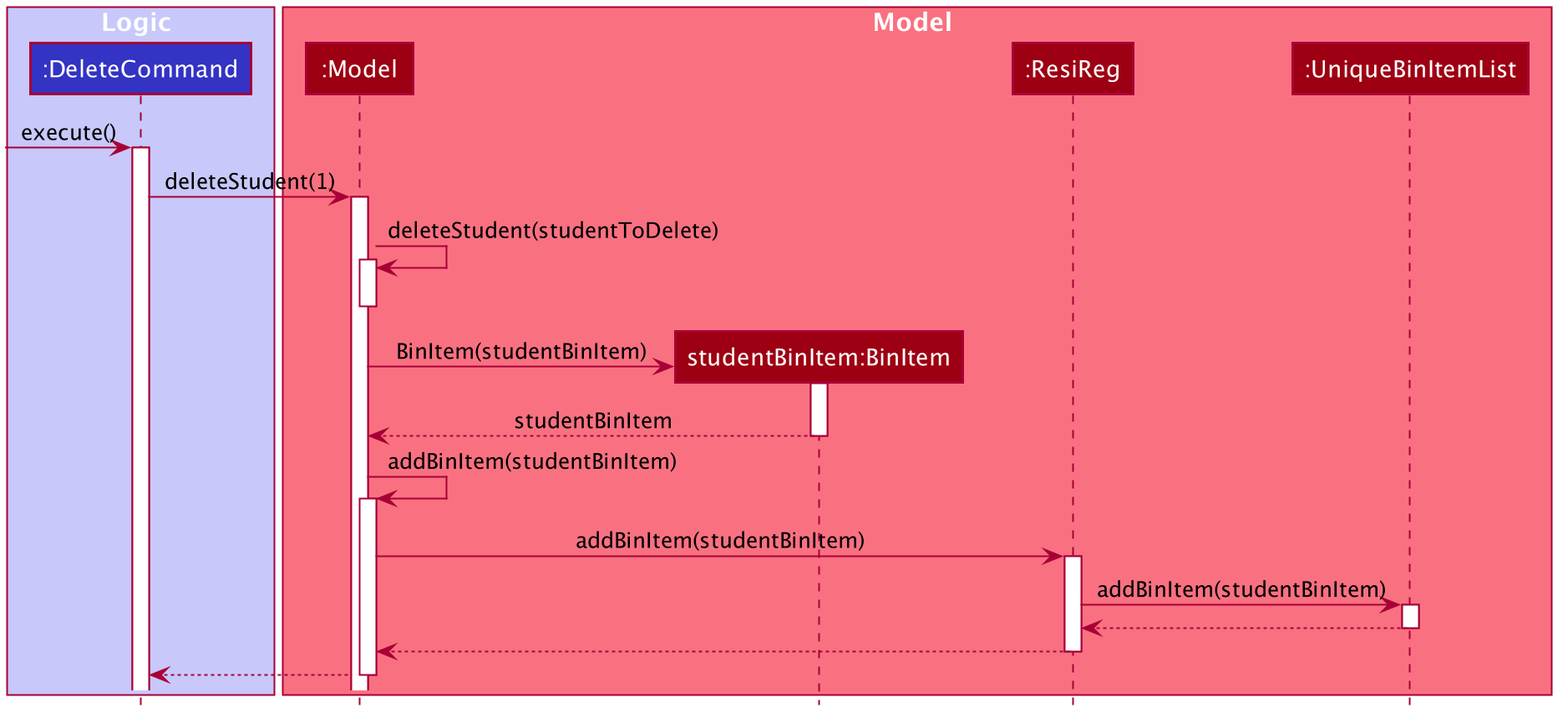
Before: docs/images/BinDeleteSequenceDiagram.png, a diagram exported from PlantUML (nus-cs2103-AY2021S1/tp). The source it was exported from:
```plantuml
@startuml








skinparam BackgroundColor #FFFFFFF

skinparam Shadowing false

skinparam Class {
    FontColor #FFFFFF
    BorderThickness 1
    BorderColor #FFFFFF
    StereotypeFontColor #FFFFFF
    FontName Arial
}

skinparam Actor {
    BorderColor #000000
    Color #000000
    FontName Arial
}

skinparam Sequence {
    MessageAlign center
    BoxFontSize 15
    BoxPadding 0
    BoxFontColor #FFFFFF
    FontName Arial
}

skinparam Participant {
    FontColor #FFFFFFF
    Padding 20
}

skinparam MinClassWidth 50
skinparam ParticipantPadding 10
skinparam Shadowing false
skinparam DefaultTextAlignment center
skinparam packageStyle Rectangle

hide footbox
hide members
hide circle

box Logic #C8C8FA
participant ":DeleteCommand" as DeleteCommand #3333C4
end box

box Model #F97181
participant ":Model" as Model #9D0012
participant "studentBinItem:BinItem" as BinItem #9D0012
participant ":ResiReg" as ResiReg #9D0012
participant ":UniqueBinItemList" as UniqueBinItemList #9D0012
end box

[-> DeleteCommand : execute()
activate DeleteCommand

DeleteCommand -> Model : deleteStudent(1)
activate Model

Model -> Model : deleteStudent(studentToDelete)
activate Model
deactivate Model

Model -> BinItem **: BinItem(studentBinItem)
activate BinItem

BinItem --> Model : studentBinItem
deactivate BinItem

Model -> Model : addBinItem(studentBinItem)
activate Model

Model -> ResiReg : addBinItem(studentBinItem)
activate ResiReg

ResiReg -> UniqueBinItemList : addBinItem(studentBinItem)
activate UniqueBinItemList

UniqueBinItemList --> ResiReg
deactivate UniqueBinItemList

ResiReg --> Model
deactivate ResiReg

Model --> DeleteCommand
deactivate Model

@enduml
```
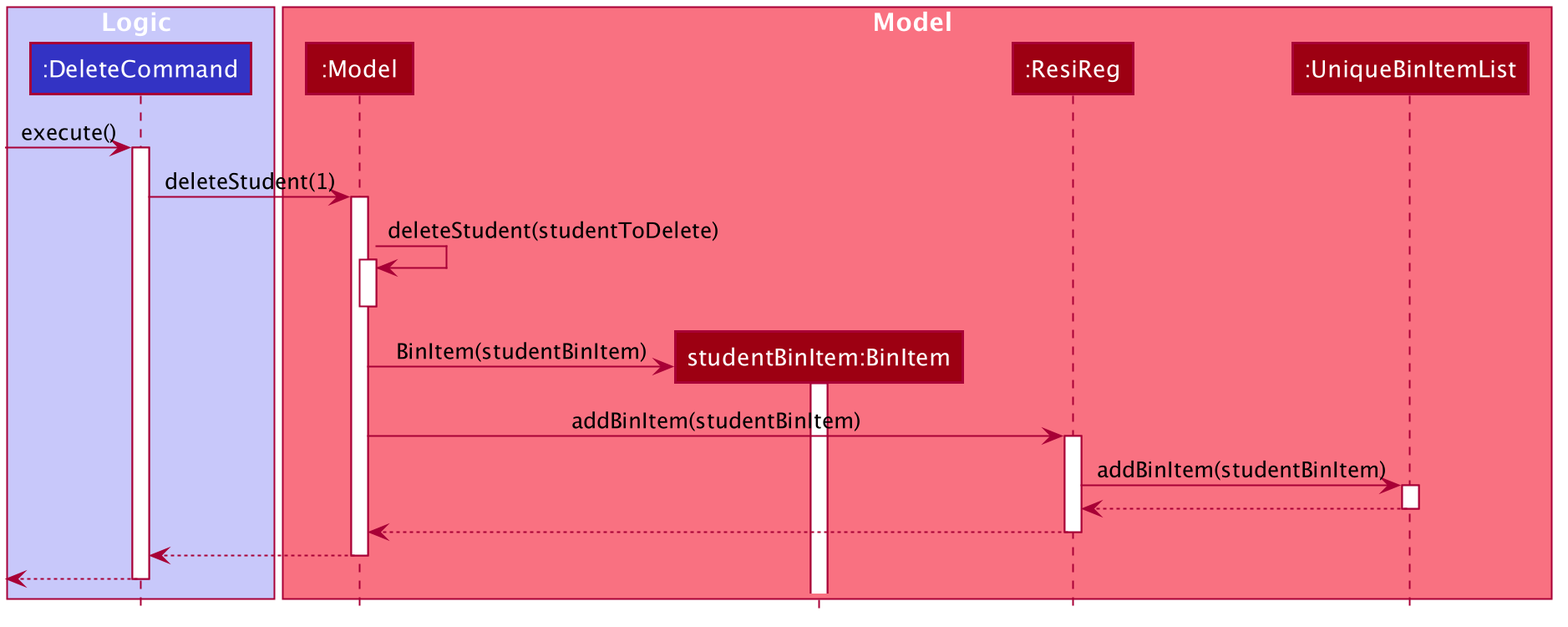
Later version of the same file.

Commit message:
Add sequence diagrams

Diff of the diagram source:
```diff
@@ -72,12 +72,6 @@
 Model -> BinItem **: BinItem(studentBinItem)
 activate BinItem
 
-BinItem --> Model : studentBinItem
-deactivate BinItem
-
-Model -> Model : addBinItem(studentBinItem)
-activate Model
-
 Model -> ResiReg : addBinItem(studentBinItem)
 activate ResiReg
 
@@ -93,4 +87,7 @@
 Model --> DeleteCommand
 deactivate Model
 
+[<--DeleteCommand
+deactivate DeleteCommand
+
 @enduml
```
